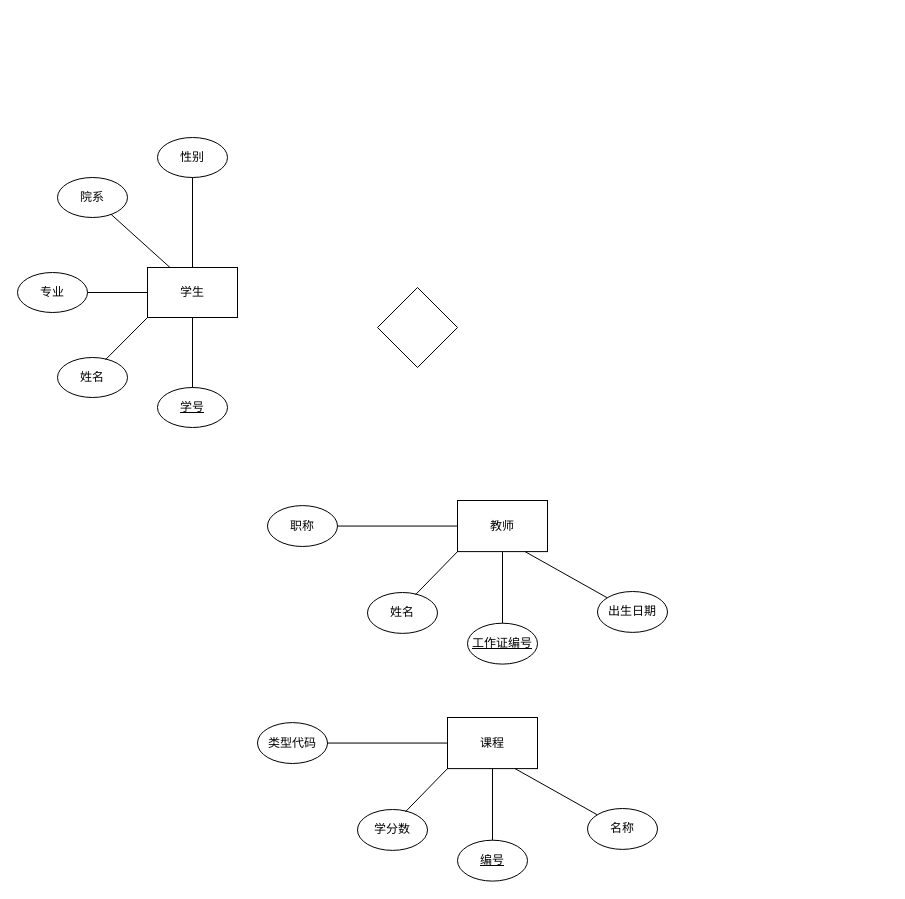
Before: Untitled Diagram.drawio in Heuingmin/UML, a draw.io diagram. Source tidied: cells renumbered, new cells numbered last; positions are measured from the earlier drawing's top-left corner, leaving out a move shared by most shapes. Both pictures are drawn from the tidied source at 100%, with x=0, y=0 at pixel (17, 137).
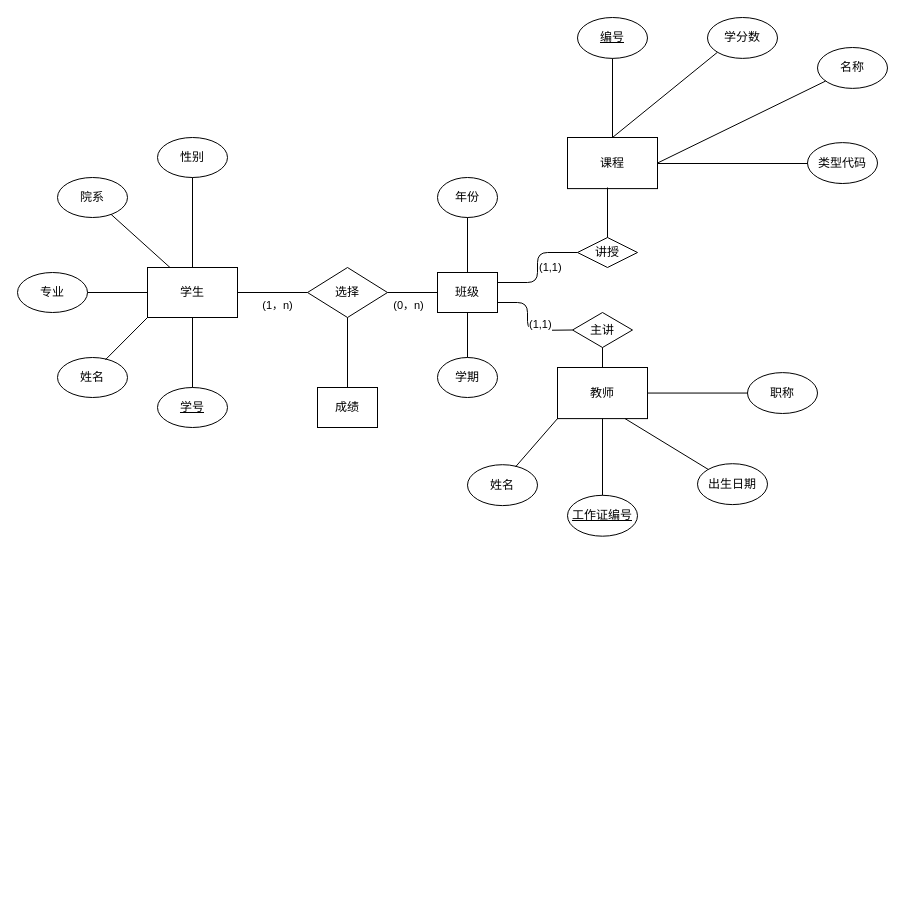
Above is the later version.

Commit message:
数据库第一天 完稿

The change refers to these unchanged cells:
```xml
<mxCell id="4" value="学生" style="rounded=0;whiteSpace=wrap;html=1;" parent="3" vertex="1">
  <mxGeometry x="130" y="130" width="90" height="50" as="geometry" />
</mxCell>
```

What changed in the source:
```diff
@@
-    <mxCell id="2" style="rhombus;whiteSpace=wrap;html=1;" parent="1" vertex="1">
-      <mxGeometry x="360" y="150" width="80" height="80" as="geometry" />
-    </mxCell>
@@
+    <mxCell id="33" value="选择" style="rhombus;whiteSpace=wrap;html=1;" parent="1" vertex="1">
+      <mxGeometry x="290" y="130" width="80" height="50" as="geometry" />
+    </mxCell>
+    <mxCell id="34" value="(1，n)" style="endArrow=none;html=1;exitX=1;exitY=0.5;exitDx=0;exitDy=0;align=center;verticalAlign=top;" parent="1" edge="1" source="4" target="33">
+      <mxGeometry x="0.14" relative="1" as="geometry" />
+    </mxCell>
+    <mxCell id="35" value="班级" style="rounded=0;whiteSpace=wrap;html=1;sketch=0;" parent="1" vertex="1">
+      <mxGeometry x="420" y="135" width="60" height="40" as="geometry" />
+    </mxCell>
+    <mxCell id="36" value="(0，n)" style="endArrow=none;html=1;exitX=0;exitY=0.5;exitDx=0;exitDy=0;align=center;verticalAlign=top;entryX=1;entryY=0.5;entryDx=0;entryDy=0;" parent="1" edge="1" source="35" target="33">
+      <mxGeometry x="0.14" relative="1" as="geometry" />
+    </mxCell>
+    <mxCell id="37" style="group;" parent="1" vertex="1">
+      <mxGeometry x="450" y="230" width="350" height="168.7" as="geometry" />
+    </mxCell>
-    <mxCell id="15" value="&lt;p&gt;教师&lt;/p&gt;" style="rounded=0;whiteSpace=wrap;html=1;rotation=0;direction=east;" parent="1" vertex="1">
-      <mxGeometry x="440" y="363" width="90" height="51.1" as="geometry" />
+    <mxCell id="15" value="&lt;p&gt;教师&lt;/p&gt;" style="rounded=0;whiteSpace=wrap;html=1;rotation=0;direction=east;" parent="37" vertex="1">
+      <mxGeometry x="90" width="90" height="51.1" as="geometry" />
     </mxCell>
-    <mxCell id="16" value="出生日期" style="ellipse;whiteSpace=wrap;html=1;rotation=0;direction=east;" parent="1" vertex="1">
-      <mxGeometry x="580" y="454" width="70" height="40.9" as="geometry" />
+    <mxCell id="16" value="出生日期" style="ellipse;whiteSpace=wrap;html=1;rotation=0;direction=east;" parent="37" vertex="1">
+      <mxGeometry x="230" y="96.2" width="70" height="40.9" as="geometry" />
     </mxCell>
-    <mxCell id="17" value="职称" style="ellipse;whiteSpace=wrap;html=1;rotation=0;direction=east;" parent="1" vertex="1">
-      <mxGeometry x="250" y="368.1" width="70" height="40.9" as="geometry" />
+    <mxCell id="17" value="职称" style="ellipse;whiteSpace=wrap;html=1;rotation=0;direction=east;" parent="37" vertex="1">
+      <mxGeometry x="280" y="5.1" width="70" height="40.9" as="geometry" />
     </mxCell>
-    <mxCell id="18" value="姓名" style="ellipse;whiteSpace=wrap;html=1;rotation=0;direction=east;" parent="1" vertex="1">
-      <mxGeometry x="350" y="455" width="70" height="40.9" as="geometry" />
+    <mxCell id="18" value="姓名" style="ellipse;whiteSpace=wrap;html=1;rotation=0;direction=east;" parent="37" vertex="1">
+      <mxGeometry y="97.2" width="70" height="40.9" as="geometry" />
     </mxCell>
-    <mxCell id="19" value="&lt;u&gt;工作证编号&lt;/u&gt;" style="ellipse;whiteSpace=wrap;html=1;rotation=0;direction=east;" parent="1" vertex="1">
-      <mxGeometry x="450" y="485.7" width="70" height="40.9" as="geometry" />
+    <mxCell id="19" value="&lt;u&gt;工作证编号&lt;/u&gt;" style="ellipse;whiteSpace=wrap;html=1;rotation=0;direction=east;" parent="37" vertex="1">
+      <mxGeometry x="100" y="127.8" width="70" height="40.9" as="geometry" />
     </mxCell>
-    <mxCell id="20" style="endArrow=none;html=1;entryX=0.5;entryY=1;entryDx=0;entryDy=0;exitX=0.5;exitY=1;exitDx=0;exitDy=0;" parent="1" edge="1" target="15">
-      <mxGeometry x="285" y="529.7" as="geometry">
-        <mxPoint x="485" y="485.7" as="sourcePoint" />
+    <mxCell id="20" style="endArrow=none;html=1;entryX=0.5;entryY=1;entryDx=0;entryDy=0;exitX=0.5;exitY=1;exitDx=0;exitDy=0;" parent="37" edge="1" target="15">
+      <mxGeometry x="-75" y="81.8" as="geometry">
+        <mxPoint x="135" y="127.8" as="sourcePoint" />
       </mxGeometry>
     </mxCell>
-    <mxCell id="21" style="endArrow=none;html=1;entryX=0;entryY=1;entryDx=0;entryDy=0;exitX=0.684;exitY=0.057;exitDx=0;exitDy=0;exitPerimeter=0;" parent="1" edge="1" source="18" target="15">
-      <mxGeometry x="285" y="529.7" as="geometry" />
+    <mxCell id="21" style="endArrow=none;html=1;entryX=0;entryY=1;entryDx=0;entryDy=0;exitX=0.684;exitY=0.057;exitDx=0;exitDy=0;exitPerimeter=0;" parent="37" edge="1" source="18" target="15">
+      <mxGeometry x="-75" y="81.8" as="geometry" />
     </mxCell>
-    <mxCell id="22" style="endArrow=none;html=1;exitX=0.75;exitY=1;exitDx=0;exitDy=0;" parent="1" edge="1" source="15" target="16">
-      <mxGeometry x="285" y="529.7" as="geometry" />
+    <mxCell id="22" style="endArrow=none;html=1;exitX=0.75;exitY=1;exitDx=0;exitDy=0;" parent="37" edge="1" source="15" target="16">
+      <mxGeometry x="-75" y="81.8" as="geometry" />
     </mxCell>
-    <mxCell id="23" style="endArrow=none;html=1;exitX=0;exitY=0.5;exitDx=0;exitDy=0;entryX=1;entryY=0.5;entryDx=0;entryDy=0;" parent="1" edge="1" source="15" target="17">
-      <mxGeometry x="285" y="529.7" as="geometry" />
+    <mxCell id="23" style="endArrow=none;html=1;exitX=1;exitY=0.5;exitDx=0;exitDy=0;entryX=0;entryY=0.5;entryDx=0;entryDy=0;" parent="37" edge="1" source="15" target="17">
+      <mxGeometry x="-75" y="81.8" as="geometry" />
     </mxCell>
+    <mxCell id="38" value="年份" style="ellipse;whiteSpace=wrap;html=1;rounded=0;sketch=0;" parent="1" vertex="1">
+      <mxGeometry x="420" y="40" width="60" height="40" as="geometry" />
+    </mxCell>
+    <mxCell id="39" value="学期" style="ellipse;whiteSpace=wrap;html=1;rounded=0;sketch=0;" parent="1" vertex="1">
+      <mxGeometry x="420" y="220" width="60" height="40" as="geometry" />
+    </mxCell>
+    <mxCell id="40" style="endArrow=none;html=1;align=left;entryX=0.5;entryY=1;entryDx=0;entryDy=0;exitX=0.5;exitY=0;exitDx=0;exitDy=0;" parent="1" edge="1" source="35" target="38">
+      <mxGeometry relative="1" as="geometry" />
+    </mxCell>
+    <mxCell id="41" style="endArrow=none;html=1;align=left;exitX=0.5;exitY=1;exitDx=0;exitDy=0;" parent="1" edge="1" source="35">
+      <mxGeometry relative="1" as="geometry">
+        <mxPoint x="450" y="220" as="targetPoint" />
+      </mxGeometry>
+    </mxCell>
+    <mxCell id="42" value="成绩" style="rounded=0;whiteSpace=wrap;html=1;sketch=0;" parent="1" vertex="1">
+      <mxGeometry x="300" y="250" width="60" height="40" as="geometry" />
+    </mxCell>
+    <mxCell id="43" style="endArrow=none;html=1;align=left;exitX=0.5;exitY=0;exitDx=0;exitDy=0;entryX=0.5;entryY=1;entryDx=0;entryDy=0;" parent="1" edge="1" source="42" target="33">
+      <mxGeometry relative="1" as="geometry" />
+    </mxCell>
+    <mxCell id="44" value="主讲" style="rhombus;whiteSpace=wrap;html=1;rounded=0;sketch=0;" parent="1" vertex="1">
+      <mxGeometry x="555" y="175" width="60" height="35" as="geometry" />
+    </mxCell>
+    <mxCell id="45" value="(1,1)" style="endArrow=none;html=1;align=left;entryX=0;entryY=0.5;entryDx=0;entryDy=0;exitX=1;exitY=0.75;exitDx=0;exitDy=0;verticalAlign=middle;" parent="1" edge="1" source="35" target="44">
+      <mxGeometry relative="1" as="geometry">
+        <Array as="points">
+          <mxPoint x="510" y="165" />
+          <mxPoint x="510" y="193" />
+        </Array>
+      </mxGeometry>
+    </mxCell>
+    <mxCell id="46" style="endArrow=none;html=1;align=left;entryX=0.5;entryY=1;entryDx=0;entryDy=0;exitX=0.5;exitY=0;exitDx=0;exitDy=0;" parent="1" edge="1" source="15" target="44">
+      <mxGeometry relative="1" as="geometry" />
+    </mxCell>
+    <mxCell id="47" value="(1,1)" style="endArrow=none;html=1;align=left;exitX=1;exitY=0.25;exitDx=0;exitDy=0;verticalAlign=middle;entryX=0;entryY=0.5;entryDx=0;entryDy=0;" parent="1" edge="1" source="35" target="48">
+      <mxGeometry relative="1" as="geometry">
+        <Array as="points">
+          <mxPoint x="520" y="145" />
+          <mxPoint x="520" y="115" />
+        </Array>
+      </mxGeometry>
+    </mxCell>
+    <mxCell id="48" value="讲授" style="rhombus;whiteSpace=wrap;html=1;rounded=0;sketch=0;" parent="1" vertex="1">
+      <mxGeometry x="560" y="100" width="60" height="30" as="geometry" />
+    </mxCell>
+    <mxCell id="49" style="group;" parent="1" vertex="1">
+      <mxGeometry x="550" y="-120" width="320" height="171.1" as="geometry" />
+    </mxCell>
-    <mxCell id="24" value="&lt;p&gt;课程&lt;/p&gt;" style="rounded=0;whiteSpace=wrap;html=1;rotation=0;direction=east;" parent="1" vertex="1">
-      <mxGeometry x="430" y="580" width="90" height="51.1" as="geometry" />
+    <mxCell id="24" value="&lt;p&gt;课程&lt;/p&gt;" style="rounded=0;whiteSpace=wrap;html=1;rotation=0;direction=east;" parent="49" vertex="1">
+      <mxGeometry y="120" width="90" height="51.1" as="geometry" />
     </mxCell>
-    <mxCell id="25" value="名称" style="ellipse;whiteSpace=wrap;html=1;rotation=0;direction=east;" parent="1" vertex="1">
-      <mxGeometry x="570" y="671" width="70" height="40.9" as="geometry" />
+    <mxCell id="25" value="名称" style="ellipse;whiteSpace=wrap;html=1;rotation=0;direction=east;" parent="49" vertex="1">
+      <mxGeometry x="250" y="30" width="70" height="40.9" as="geometry" />
     </mxCell>
+    <mxCell id="50" style="edgeStyle=orthogonalEdgeStyle;curved=0;rounded=1;sketch=0;jettySize=auto;html=1;exitX=0.5;exitY=1;exitDx=0;exitDy=0;align=left;" parent="49" edge="1" source="26">
+      <mxGeometry relative="1" as="geometry">
+        <mxPoint x="270" y="150" as="targetPoint" />
+      </mxGeometry>
+    </mxCell>
-    <mxCell id="26" value="类型代码" style="ellipse;whiteSpace=wrap;html=1;rotation=0;direction=east;" parent="1" vertex="1">
-      <mxGeometry x="240" y="585.1" width="70" height="40.9" as="geometry" />
+    <mxCell id="26" value="类型代码" style="ellipse;whiteSpace=wrap;html=1;rotation=0;direction=east;" parent="49" vertex="1">
+      <mxGeometry x="240" y="125.1" width="70" height="40.9" as="geometry" />
     </mxCell>
-    <mxCell id="27" value="学分数" style="ellipse;whiteSpace=wrap;html=1;rotation=0;direction=east;" parent="1" vertex="1">
-      <mxGeometry x="340" y="672" width="70" height="40.9" as="geometry" />
+    <mxCell id="27" value="学分数" style="ellipse;whiteSpace=wrap;html=1;rotation=0;direction=east;" parent="49" vertex="1">
+      <mxGeometry x="140" width="70" height="40.9" as="geometry" />
     </mxCell>
-    <mxCell id="28" value="&lt;u&gt;编号&lt;/u&gt;" style="ellipse;whiteSpace=wrap;html=1;rotation=0;direction=east;" parent="1" vertex="1">
-      <mxGeometry x="440" y="702.7" width="70" height="40.9" as="geometry" />
+    <mxCell id="28" value="&lt;u&gt;编号&lt;/u&gt;" style="ellipse;whiteSpace=wrap;html=1;rotation=0;direction=east;" parent="49" vertex="1">
+      <mxGeometry x="10" width="70" height="40.9" as="geometry" />
     </mxCell>
-    <mxCell id="29" style="endArrow=none;html=1;entryX=0.5;entryY=1;entryDx=0;entryDy=0;exitX=0.5;exitY=1;exitDx=0;exitDy=0;" parent="1" edge="1" target="24">
-      <mxGeometry x="275" y="746.7" as="geometry">
-        <mxPoint x="475" y="702.7" as="sourcePoint" />
+    <mxCell id="29" style="endArrow=none;html=1;entryX=0.5;entryY=1;entryDx=0;entryDy=0;" parent="49" edge="1" target="28">
+      <mxGeometry x="-165" y="196.7" as="geometry">
+        <mxPoint x="45" y="120" as="sourcePoint" />
       </mxGeometry>
     </mxCell>
-    <mxCell id="30" style="endArrow=none;html=1;entryX=0;entryY=1;entryDx=0;entryDy=0;exitX=0.684;exitY=0.057;exitDx=0;exitDy=0;exitPerimeter=0;" parent="1" edge="1" source="27" target="24">
-      <mxGeometry x="275" y="746.7" as="geometry" />
+    <mxCell id="30" style="endArrow=none;html=1;exitX=0;exitY=1;exitDx=0;exitDy=0;" parent="49" edge="1" source="27">
+      <mxGeometry x="-165" y="196.7" as="geometry">
+        <mxPoint x="45" y="120" as="targetPoint" />
+      </mxGeometry>
     </mxCell>
-    <mxCell id="31" style="endArrow=none;html=1;exitX=0.75;exitY=1;exitDx=0;exitDy=0;" parent="1" edge="1" source="24" target="25">
-      <mxGeometry x="275" y="746.7" as="geometry" />
+    <mxCell id="31" style="endArrow=none;html=1;exitX=1;exitY=0.5;exitDx=0;exitDy=0;" parent="49" edge="1" source="24" target="25">
+      <mxGeometry x="-165" y="196.7" as="geometry" />
     </mxCell>
-    <mxCell id="32" style="endArrow=none;html=1;exitX=0;exitY=0.5;exitDx=0;exitDy=0;entryX=1;entryY=0.5;entryDx=0;entryDy=0;" parent="1" edge="1" source="24" target="26">
-      <mxGeometry x="275" y="746.7" as="geometry" />
+    <mxCell id="32" style="endArrow=none;html=1;" parent="49" edge="1">
+      <mxGeometry x="-165" y="196.7" as="geometry">
+        <mxPoint x="90" y="146" as="sourcePoint" />
+        <mxPoint x="240" y="146" as="targetPoint" />
+      </mxGeometry>
     </mxCell>
+    <mxCell id="51" style="endArrow=none;html=1;align=left;exitX=0.5;exitY=0;exitDx=0;exitDy=0;" parent="1" edge="1" source="48">
+      <mxGeometry relative="1" as="geometry">
+        <mxPoint x="590" y="50" as="targetPoint" />
+      </mxGeometry>
+    </mxCell>
```
